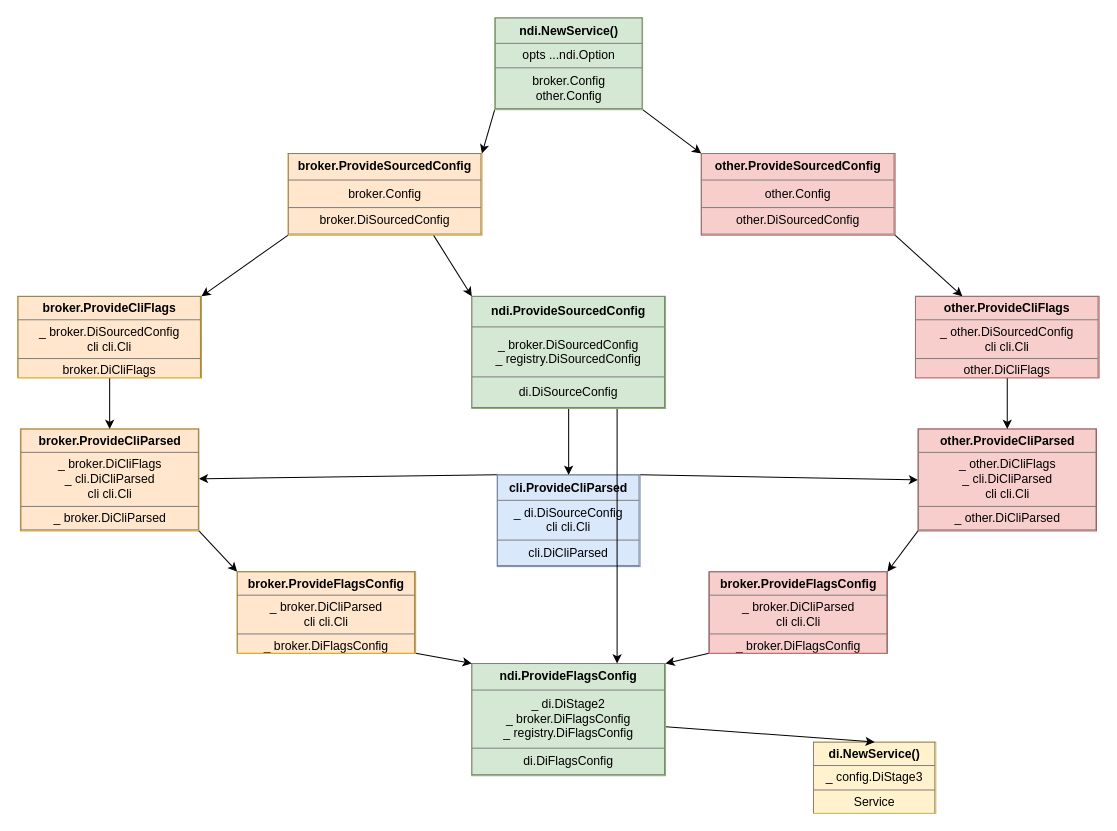
jochumdev/microwire keeps this draw.io diagram as docs/wire/new_wire_di.dio. Above is the earlier version. Source tidied: cells renumbered, new cells numbered last; positions are measured from the earlier drawing's top-left corner, leaving out a move shared by most shapes. Both pictures are drawn from the tidied source at 102%, with x=0, y=0 at pixel (17, 17).
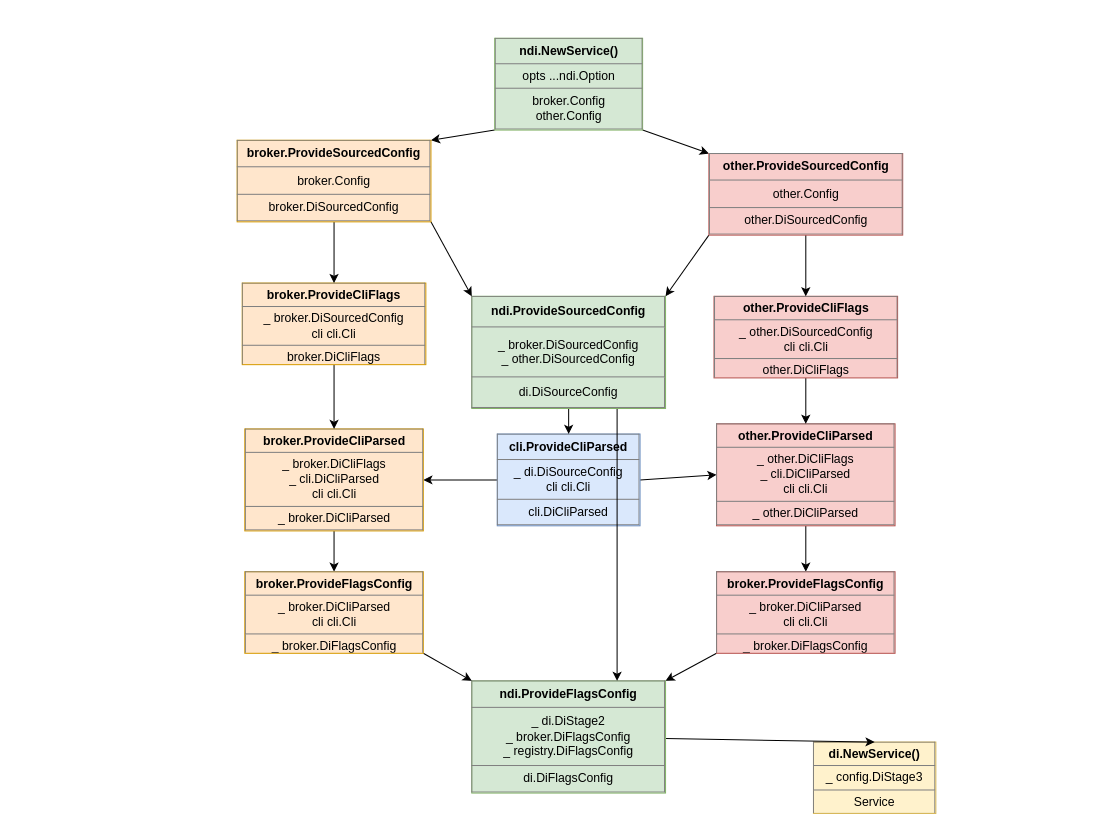
Above is the later version.

Change to the diagram source:
```diff
@@
     <mxCell id="5" value="&lt;table border=&quot;1&quot; width=&quot;100%&quot; height=&quot;100%&quot; cellpadding=&quot;4&quot; style=&quot;width: 100%; height: 100%; border-collapse: collapse;&quot;&gt;&lt;tbody&gt;&lt;tr&gt;&lt;th align=&quot;center&quot;&gt;&lt;b&gt;ndi.NewService()&lt;/b&gt;&lt;/th&gt;&lt;/tr&gt;&lt;tr&gt;&lt;td align=&quot;center&quot;&gt;opts ...ndi.Option&lt;/td&gt;&lt;/tr&gt;&lt;tr&gt;&lt;td align=&quot;center&quot;&gt;broker.Config&lt;br&gt;other.Config&lt;/td&gt;&lt;/tr&gt;&lt;/tbody&gt;&lt;/table&gt;" style="text;html=1;strokeColor=#82b366;fillColor=#d5e8d4;overflow=fill;" parent="1" vertex="1">
-      <mxGeometry x="467.5" width="145" height="90" as="geometry" />
+      <mxGeometry x="467.5" y="20" width="145" height="90" as="geometry" />
     </mxCell>
-    <mxCell id="6" style="edgeStyle=none;html=1;exitX=0;exitY=0;exitDx=0;exitDy=0;startArrow=none;startFill=0;endArrow=classic;endFill=1;" parent="1" edge="1" source="8" target="12">
+    <mxCell id="6" style="edgeStyle=none;html=1;exitX=0;exitY=0.5;exitDx=0;exitDy=0;startArrow=none;startFill=0;endArrow=classic;endFill=1;" parent="1" edge="1" source="8" target="12">
       <mxGeometry relative="1" as="geometry" />
     </mxCell>
-    <mxCell id="7" style="edgeStyle=none;html=1;exitX=1;exitY=0;exitDx=0;exitDy=0;entryX=0;entryY=0.5;entryDx=0;entryDy=0;startArrow=none;startFill=0;endArrow=classic;endFill=1;" parent="1" edge="1" source="8" target="24">
+    <mxCell id="7" style="edgeStyle=none;html=1;exitX=1;exitY=0.5;exitDx=0;exitDy=0;entryX=0;entryY=0.5;entryDx=0;entryDy=0;startArrow=none;startFill=0;endArrow=classic;endFill=1;" parent="1" edge="1" source="8" target="24">
       <mxGeometry relative="1" as="geometry" />
     </mxCell>
     <mxCell id="8" value="&lt;table border=&quot;1&quot; width=&quot;100%&quot; height=&quot;100%&quot; cellpadding=&quot;4&quot; style=&quot;width: 100%; height: 100%; border-collapse: collapse;&quot;&gt;&lt;tbody&gt;&lt;tr&gt;&lt;th align=&quot;center&quot;&gt;cli.ProvideCliParsed&lt;/th&gt;&lt;/tr&gt;&lt;tr&gt;&lt;td align=&quot;center&quot;&gt;_ di.DiSourceConfig&lt;br&gt;cli cli.Cli&lt;br&gt;&lt;/td&gt;&lt;/tr&gt;&lt;tr&gt;&lt;td align=&quot;center&quot;&gt;cli.DiCliParsed&lt;br&gt;&lt;/td&gt;&lt;/tr&gt;&lt;/tbody&gt;&lt;/table&gt;" style="text;html=1;strokeColor=#6c8ebf;fillColor=#dae8fc;overflow=fill;" parent="1" vertex="1">
-      <mxGeometry x="470" y="448" width="140" height="90" as="geometry" />
+      <mxGeometry x="470" y="408" width="140" height="90" as="geometry" />
     </mxCell>
@@
     <mxCell id="10" value="&lt;table border=&quot;1&quot; width=&quot;100%&quot; height=&quot;100%&quot; cellpadding=&quot;4&quot; style=&quot;width: 100%; height: 100%; border-collapse: collapse;&quot;&gt;&lt;tbody&gt;&lt;tr&gt;&lt;th align=&quot;center&quot;&gt;ndi.ProvideFlagsConfig&lt;/th&gt;&lt;/tr&gt;&lt;tr&gt;&lt;td align=&quot;center&quot;&gt;_ di.DiStage2&lt;br&gt;_ broker.DiFlagsConfig&lt;br&gt;_ registry.DiFlagsConfig&lt;br&gt;&lt;/td&gt;&lt;/tr&gt;&lt;tr&gt;&lt;td align=&quot;center&quot;&gt;di.DiFlagsConfig&lt;br&gt;&lt;/td&gt;&lt;/tr&gt;&lt;/tbody&gt;&lt;/table&gt;" style="text;html=1;strokeColor=#82b366;fillColor=#d5e8d4;overflow=fill;" parent="1" vertex="1">
-      <mxGeometry x="445" y="633" width="190" height="110" as="geometry" />
+      <mxGeometry x="445" y="650" width="190" height="110" as="geometry" />
     </mxCell>
-    <mxCell id="11" style="edgeStyle=none;html=1;exitX=1;exitY=1;exitDx=0;exitDy=0;entryX=0;entryY=0;entryDx=0;entryDy=0;startArrow=none;startFill=0;endArrow=classic;endFill=1;" parent="1" edge="1" source="12" target="19">
+    <mxCell id="11" style="edgeStyle=none;html=1;exitX=0.5;exitY=1;exitDx=0;exitDy=0;entryX=0.5;entryY=0;entryDx=0;entryDy=0;startArrow=none;startFill=0;endArrow=classic;endFill=1;" parent="1" edge="1" source="12" target="19">
       <mxGeometry relative="1" as="geometry" />
     </mxCell>
     <mxCell id="12" value="&lt;table border=&quot;1&quot; width=&quot;100%&quot; height=&quot;100%&quot; cellpadding=&quot;4&quot; style=&quot;width: 100%; height: 100%; border-collapse: collapse;&quot;&gt;&lt;tbody&gt;&lt;tr&gt;&lt;th align=&quot;center&quot;&gt;broker.ProvideCliParsed&lt;/th&gt;&lt;/tr&gt;&lt;tr&gt;&lt;td align=&quot;center&quot;&gt;_ broker.DiCliFlags&lt;br&gt;_ cli.DiCliParsed&lt;br&gt;cli cli.Cli&lt;/td&gt;&lt;/tr&gt;&lt;tr&gt;&lt;td align=&quot;center&quot;&gt;_ broker.DiCliParsed&lt;br&gt;&lt;/td&gt;&lt;/tr&gt;&lt;/tbody&gt;&lt;/table&gt;" style="text;html=1;strokeColor=#d79b00;fillColor=#ffe6cc;overflow=fill;" parent="1" vertex="1">
-      <mxGeometry x="2.5" y="403" width="175" height="100" as="geometry" />
+      <mxGeometry x="222.5" y="403" width="175" height="100" as="geometry" />
     </mxCell>
@@
     <mxCell id="14" value="&lt;table border=&quot;1&quot; width=&quot;100%&quot; height=&quot;100%&quot; cellpadding=&quot;4&quot; style=&quot;width: 100%; height: 100%; border-collapse: collapse;&quot;&gt;&lt;tbody&gt;&lt;tr&gt;&lt;th align=&quot;center&quot;&gt;broker.ProvideCliFlags&lt;/th&gt;&lt;/tr&gt;&lt;tr&gt;&lt;td align=&quot;center&quot;&gt;_ broker.DiSourcedConfig&lt;br&gt;cli cli.Cli&lt;/td&gt;&lt;/tr&gt;&lt;tr&gt;&lt;td align=&quot;center&quot;&gt;broker.DiCliFlags&lt;br&gt;&lt;/td&gt;&lt;/tr&gt;&lt;/tbody&gt;&lt;/table&gt;" style="text;html=1;strokeColor=#d79b00;fillColor=#ffe6cc;overflow=fill;" parent="1" vertex="1">
-      <mxGeometry y="273" width="180" height="80" as="geometry" />
+      <mxGeometry x="220" y="260" width="180" height="80" as="geometry" />
     </mxCell>
@@
-    <mxCell id="17" value="&lt;table border=&quot;1&quot; width=&quot;100%&quot; height=&quot;100%&quot; cellpadding=&quot;4&quot; style=&quot;width: 100%; height: 100%; border-collapse: collapse;&quot;&gt;&lt;tbody&gt;&lt;tr&gt;&lt;th align=&quot;center&quot;&gt;ndi.ProvideSourcedConfig&lt;/th&gt;&lt;/tr&gt;&lt;tr&gt;&lt;td align=&quot;center&quot;&gt;_ broker.DiSourcedConfig&lt;br&gt;_ registry.DiSourcedConfig&lt;br&gt;&lt;/td&gt;&lt;/tr&gt;&lt;tr&gt;&lt;td align=&quot;center&quot;&gt;di.DiSourceConfig&lt;br&gt;&lt;/td&gt;&lt;/tr&gt;&lt;/tbody&gt;&lt;/table&gt;" style="text;html=1;strokeColor=#82b366;fillColor=#d5e8d4;overflow=fill;" parent="1" vertex="1">
+    <mxCell id="17" value="&lt;table border=&quot;1&quot; width=&quot;100%&quot; height=&quot;100%&quot; cellpadding=&quot;4&quot; style=&quot;width: 100%; height: 100%; border-collapse: collapse;&quot;&gt;&lt;tbody&gt;&lt;tr&gt;&lt;th align=&quot;center&quot;&gt;ndi.ProvideSourcedConfig&lt;/th&gt;&lt;/tr&gt;&lt;tr&gt;&lt;td align=&quot;center&quot;&gt;_ broker.DiSourcedConfig&lt;br&gt;_ other.DiSourcedConfig&lt;br&gt;&lt;/td&gt;&lt;/tr&gt;&lt;tr&gt;&lt;td align=&quot;center&quot;&gt;di.DiSourceConfig&lt;br&gt;&lt;/td&gt;&lt;/tr&gt;&lt;/tbody&gt;&lt;/table&gt;" style="text;html=1;strokeColor=#82b366;fillColor=#d5e8d4;overflow=fill;" parent="1" vertex="1">
       <mxGeometry x="445" y="273" width="190" height="110" as="geometry" />
     </mxCell>
@@
     <mxCell id="19" value="&lt;table border=&quot;1&quot; width=&quot;100%&quot; height=&quot;100%&quot; cellpadding=&quot;4&quot; style=&quot;width: 100%; height: 100%; border-collapse: collapse;&quot;&gt;&lt;tbody&gt;&lt;tr&gt;&lt;th align=&quot;center&quot;&gt;broker.ProvideFlagsConfig&lt;/th&gt;&lt;/tr&gt;&lt;tr&gt;&lt;td align=&quot;center&quot;&gt;_ broker.DiCliParsed&lt;br&gt;cli cli.Cli&lt;/td&gt;&lt;/tr&gt;&lt;tr&gt;&lt;td align=&quot;center&quot;&gt;_ broker.DiFlagsConfig&lt;br&gt;&lt;/td&gt;&lt;/tr&gt;&lt;/tbody&gt;&lt;/table&gt;" style="text;html=1;strokeColor=#d79b00;fillColor=#ffe6cc;overflow=fill;" parent="1" vertex="1">
-      <mxGeometry x="215" y="543" width="175" height="80" as="geometry" />
+      <mxGeometry x="222.5" y="543" width="175" height="80" as="geometry" />
     </mxCell>
-    <mxCell id="20" style="edgeStyle=none;html=1;exitX=0.75;exitY=1;exitDx=0;exitDy=0;entryX=0;entryY=0;entryDx=0;entryDy=0;startArrow=none;startFill=0;endArrow=classic;endFill=1;" parent="1" edge="1" source="22" target="17">
+    <mxCell id="20" style="edgeStyle=none;html=1;exitX=1;exitY=1;exitDx=0;exitDy=0;entryX=0;entryY=0;entryDx=0;entryDy=0;startArrow=none;startFill=0;endArrow=classic;endFill=1;" parent="1" edge="1" source="22" target="17">
       <mxGeometry relative="1" as="geometry" />
     </mxCell>
-    <mxCell id="21" style="edgeStyle=none;html=1;exitX=0;exitY=1;exitDx=0;exitDy=0;entryX=1;entryY=0;entryDx=0;entryDy=0;startArrow=none;startFill=0;endArrow=classic;endFill=1;" parent="1" edge="1" source="22" target="14">
+    <mxCell id="21" style="edgeStyle=none;html=1;exitX=0.5;exitY=1;exitDx=0;exitDy=0;entryX=0.5;entryY=0;entryDx=0;entryDy=0;startArrow=none;startFill=0;endArrow=classic;endFill=1;" parent="1" edge="1" source="22" target="14">
       <mxGeometry relative="1" as="geometry" />
     </mxCell>
     <mxCell id="22" value="&lt;table border=&quot;1&quot; width=&quot;100%&quot; height=&quot;100%&quot; cellpadding=&quot;4&quot; style=&quot;width: 100%; height: 100%; border-collapse: collapse;&quot;&gt;&lt;tbody&gt;&lt;tr&gt;&lt;th align=&quot;center&quot;&gt;broker.ProvideSourcedConfig&lt;/th&gt;&lt;/tr&gt;&lt;tr&gt;&lt;td align=&quot;center&quot;&gt;broker.Config&lt;/td&gt;&lt;/tr&gt;&lt;tr&gt;&lt;td align=&quot;center&quot;&gt;broker.DiSourcedConfig&lt;br&gt;&lt;/td&gt;&lt;/tr&gt;&lt;/tbody&gt;&lt;/table&gt;" style="text;html=1;strokeColor=#d79b00;fillColor=#ffe6cc;overflow=fill;" parent="1" vertex="1">
-      <mxGeometry x="265" y="133" width="190" height="80" as="geometry" />
+      <mxGeometry x="215" y="120" width="190" height="80" as="geometry" />
     </mxCell>
-    <mxCell id="23" style="edgeStyle=none;html=1;exitX=0;exitY=1;exitDx=0;exitDy=0;entryX=1;entryY=0;entryDx=0;entryDy=0;startArrow=none;startFill=0;endArrow=classic;endFill=1;" parent="1" edge="1" source="24" target="28">
+    <mxCell id="23" style="edgeStyle=none;html=1;exitX=0.5;exitY=1;exitDx=0;exitDy=0;startArrow=none;startFill=0;endArrow=classic;endFill=1;" parent="1" edge="1" source="24" target="28">
       <mxGeometry relative="1" as="geometry" />
     </mxCell>
     <mxCell id="24" value="&lt;table border=&quot;1&quot; width=&quot;100%&quot; height=&quot;100%&quot; cellpadding=&quot;4&quot; style=&quot;width: 100%; height: 100%; border-collapse: collapse;&quot;&gt;&lt;tbody&gt;&lt;tr&gt;&lt;th align=&quot;center&quot;&gt;other.ProvideCliParsed&lt;/th&gt;&lt;/tr&gt;&lt;tr&gt;&lt;td align=&quot;center&quot;&gt;_ other.DiCliFlags&lt;br&gt;_ cli.DiCliParsed&lt;br&gt;cli cli.Cli&lt;/td&gt;&lt;/tr&gt;&lt;tr&gt;&lt;td align=&quot;center&quot;&gt;_ other.DiCliParsed&lt;br&gt;&lt;/td&gt;&lt;/tr&gt;&lt;/tbody&gt;&lt;/table&gt;" style="text;html=1;strokeColor=#b85450;fillColor=#f8cecc;overflow=fill;" parent="1" vertex="1">
-      <mxGeometry x="882.5" y="403" width="175" height="100" as="geometry" />
+      <mxGeometry x="685" y="398" width="175" height="100" as="geometry" />
     </mxCell>
@@
     <mxCell id="26" value="&lt;table border=&quot;1&quot; width=&quot;100%&quot; height=&quot;100%&quot; cellpadding=&quot;4&quot; style=&quot;width: 100%; height: 100%; border-collapse: collapse;&quot;&gt;&lt;tbody&gt;&lt;tr&gt;&lt;th align=&quot;center&quot;&gt;other.ProvideCliFlags&lt;/th&gt;&lt;/tr&gt;&lt;tr&gt;&lt;td align=&quot;center&quot;&gt;_ other.DiSourcedConfig&lt;br&gt;cli cli.Cli&lt;/td&gt;&lt;/tr&gt;&lt;tr&gt;&lt;td align=&quot;center&quot;&gt;other.DiCliFlags&lt;br&gt;&lt;/td&gt;&lt;/tr&gt;&lt;/tbody&gt;&lt;/table&gt;" style="text;html=1;strokeColor=#b85450;fillColor=#f8cecc;overflow=fill;" parent="1" vertex="1">
-      <mxGeometry x="880" y="273" width="180" height="80" as="geometry" />
+      <mxGeometry x="682.5" y="273" width="180" height="80" as="geometry" />
     </mxCell>
@@
     <mxCell id="28" value="&lt;table border=&quot;1&quot; width=&quot;100%&quot; height=&quot;100%&quot; cellpadding=&quot;4&quot; style=&quot;width: 100%; height: 100%; border-collapse: collapse;&quot;&gt;&lt;tbody&gt;&lt;tr&gt;&lt;th align=&quot;center&quot;&gt;broker.ProvideFlagsConfig&lt;/th&gt;&lt;/tr&gt;&lt;tr&gt;&lt;td align=&quot;center&quot;&gt;_ broker.DiCliParsed&lt;br&gt;cli cli.Cli&lt;/td&gt;&lt;/tr&gt;&lt;tr&gt;&lt;td align=&quot;center&quot;&gt;_ broker.DiFlagsConfig&lt;br&gt;&lt;/td&gt;&lt;/tr&gt;&lt;/tbody&gt;&lt;/table&gt;" style="text;html=1;strokeColor=#b85450;fillColor=#f8cecc;overflow=fill;" parent="1" vertex="1">
-      <mxGeometry x="677.5" y="543" width="175" height="80" as="geometry" />
+      <mxGeometry x="685" y="543" width="175" height="80" as="geometry" />
     </mxCell>
-    <mxCell id="29" style="edgeStyle=none;html=1;exitX=1;exitY=1;exitDx=0;exitDy=0;startArrow=none;startFill=0;endArrow=classic;endFill=1;" parent="1" edge="1" source="30" target="26">
+    <mxCell id="29" style="edgeStyle=none;html=1;exitX=0.5;exitY=1;exitDx=0;exitDy=0;startArrow=none;startFill=0;endArrow=classic;endFill=1;" parent="1" edge="1" source="30" target="26">
       <mxGeometry relative="1" as="geometry" />
     </mxCell>
+    <mxCell id="31" style="edgeStyle=none;html=1;exitX=0;exitY=1;exitDx=0;exitDy=0;entryX=1;entryY=0;entryDx=0;entryDy=0;" parent="1" edge="1" source="30" target="17">
+      <mxGeometry relative="1" as="geometry" />
+    </mxCell>
     <mxCell id="30" value="&lt;table border=&quot;1&quot; width=&quot;100%&quot; height=&quot;100%&quot; cellpadding=&quot;4&quot; style=&quot;width: 100%; height: 100%; border-collapse: collapse;&quot;&gt;&lt;tbody&gt;&lt;tr&gt;&lt;th align=&quot;center&quot;&gt;other.ProvideSourcedConfig&lt;/th&gt;&lt;/tr&gt;&lt;tr&gt;&lt;td align=&quot;center&quot;&gt;other.Config&lt;/td&gt;&lt;/tr&gt;&lt;tr&gt;&lt;td align=&quot;center&quot;&gt;other.DiSourcedConfig&lt;br&gt;&lt;/td&gt;&lt;/tr&gt;&lt;/tbody&gt;&lt;/table&gt;" style="text;html=1;strokeColor=#b85450;fillColor=#f8cecc;overflow=fill;" parent="1" vertex="1">
-      <mxGeometry x="670" y="133" width="190" height="80" as="geometry" />
+      <mxGeometry x="677.5" y="133" width="190" height="80" as="geometry" />
     </mxCell>
```
